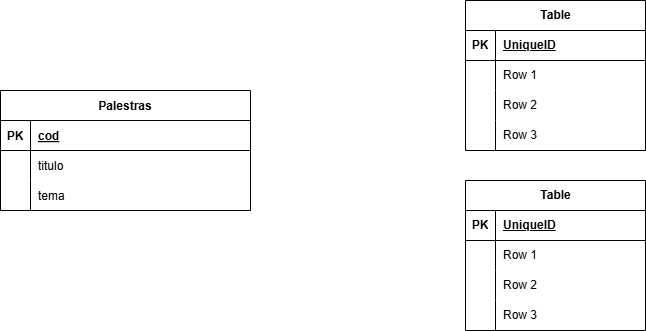
Before: eventos.drawio.png, a diagram exported from draw.io (NathanAzvdo/Atividade-Banco-de-dados). Source tidied: cells renumbered, new cells last; positions are measured from the earlier drawing's top-left corner, leaving out a move shared by most shapes.
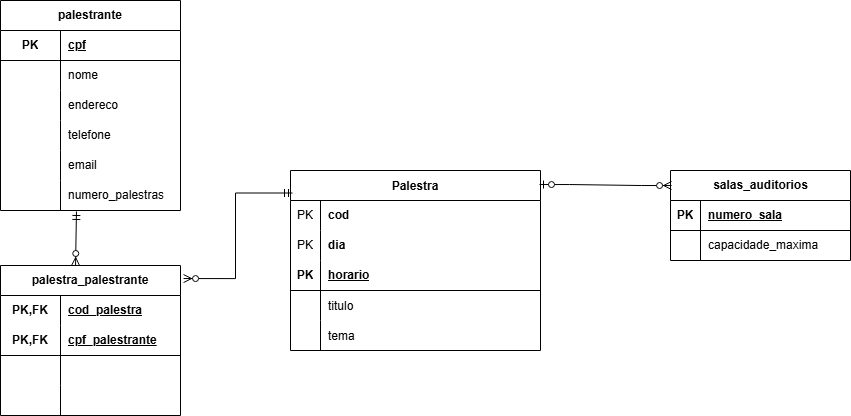
After the commit.

Diff of the diagram source:
```diff
@@ -2,20 +2,38 @@
   <root>
     <mxCell id="0" />
     <mxCell id="1" parent="0" />
-    <mxCell id="2" value="Palestras" style="shape=table;startSize=30;rowLines=0;fontStyle=1;align=center;" parent="1" vertex="1">
-      <mxGeometry y="90" width="250" height="120" as="geometry" />
+    <mxCell id="2" value="Palestra" style="shape=table;startSize=30;rowLines=0;fontStyle=1;align=center;" parent="1" vertex="1">
+      <mxGeometry x="275" y="230" width="250" height="180" as="geometry" />
     </mxCell>
-    <mxCell id="3" style="shape=partialRectangle;fillColor=none;top=0;left=0;right=0;bottom=1;" parent="2" vertex="1">
-      <mxGeometry y="30" width="250" height="30" as="geometry" />
-    </mxCell>
-    <mxCell id="4" value="PK" style="shape=partialRectangle;overflow=hidden;fillColor=none;top=0;left=0;bottom=0;right=0;fontStyle=1;" parent="3" vertex="1">
-      <mxGeometry width="30" height="30" as="geometry" />
-    </mxCell>
+    <mxCell id="38" style="shape=tableRow;horizontal=0;startSize=0;swimlaneHead=0;swimlaneBody=0;fillColor=none;top=0;left=0;right=0;bottom=0;" parent="2" vertex="1">
+      <mxGeometry y="30" width="250" height="30" as="geometry" />
+    </mxCell>
+    <mxCell id="39" value="PK" style="shape=partialRectangle;fillColor=none;top=0;left=0;bottom=0;right=0;fontStyle=0;overflow=hidden;whiteSpace=wrap;html=1;" parent="38" vertex="1">
+      <mxGeometry width="30" height="30" as="geometry" />
+    </mxCell>
-    <mxCell id="5" value="cod" style="shape=partialRectangle;overflow=hidden;fillColor=none;top=0;left=0;bottom=0;right=0;align=left;spacingLeft=6;fontStyle=5;" parent="3" vertex="1">
+    <mxCell id="5" value="cod" style="shape=partialRectangle;fillColor=none;top=0;left=0;bottom=0;right=0;align=left;spacingLeft=6;fontStyle=1;overflow=hidden;whiteSpace=wrap;html=1;" parent="38" vertex="1">
       <mxGeometry x="30" width="220" height="30" as="geometry" />
     </mxCell>
+    <mxCell id="40" style="shape=tableRow;horizontal=0;startSize=0;swimlaneHead=0;swimlaneBody=0;fillColor=none;top=0;left=0;right=0;bottom=0;" parent="2" vertex="1">
+      <mxGeometry y="60" width="250" height="30" as="geometry" />
+    </mxCell>
+    <mxCell id="41" value="PK" style="shape=partialRectangle;fillColor=none;top=0;left=0;bottom=0;right=0;fontStyle=0;overflow=hidden;whiteSpace=wrap;html=1;" parent="40" vertex="1">
+      <mxGeometry width="30" height="30" as="geometry" />
+    </mxCell>
+    <mxCell id="42" value="dia" style="shape=partialRectangle;fillColor=none;top=0;left=0;bottom=0;right=0;align=left;spacingLeft=6;fontStyle=1;overflow=hidden;whiteSpace=wrap;html=1;" parent="40" vertex="1">
+      <mxGeometry x="30" width="220" height="30" as="geometry" />
+    </mxCell>
+    <mxCell id="43" style="shape=tableRow;horizontal=0;startSize=0;swimlaneHead=0;swimlaneBody=0;fillColor=none;top=0;left=0;right=0;bottom=1;" parent="2" vertex="1">
+      <mxGeometry y="90" width="250" height="30" as="geometry" />
+    </mxCell>
+    <mxCell id="14" value="PK" style="shape=partialRectangle;fillColor=none;top=0;left=0;bottom=0;right=0;fontStyle=1;overflow=hidden;whiteSpace=wrap;html=1;" parent="43" vertex="1">
+      <mxGeometry width="30" height="30" as="geometry" />
+    </mxCell>
+    <mxCell id="44" value="horario" style="shape=partialRectangle;fillColor=none;top=0;left=0;bottom=0;right=0;align=left;spacingLeft=6;fontStyle=5;overflow=hidden;whiteSpace=wrap;html=1;" parent="43" vertex="1">
+      <mxGeometry x="30" width="220" height="30" as="geometry" />
+    </mxCell>
     <mxCell id="6" style="shape=partialRectangle;fillColor=none;top=0;left=0;right=0;bottom=0;" parent="2" vertex="1">
-      <mxGeometry y="60" width="250" height="30" as="geometry" />
+      <mxGeometry y="120" width="250" height="30" as="geometry" />
     </mxCell>
     <mxCell id="7" style="shape=partialRectangle;overflow=hidden;fillColor=none;top=0;left=0;bottom=0;right=0;" parent="6" vertex="1">
       <mxGeometry width="30" height="30" as="geometry" />
@@ -24,7 +42,7 @@
       <mxGeometry x="30" width="220" height="30" as="geometry" />
     </mxCell>
     <mxCell id="9" style="shape=partialRectangle;fillColor=none;top=0;left=0;right=0;bottom=0;" parent="2" vertex="1">
-      <mxGeometry y="90" width="250" height="30" as="geometry" />
+      <mxGeometry y="150" width="250" height="30" as="geometry" />
     </mxCell>
     <mxCell id="10" style="shape=partialRectangle;overflow=hidden;fillColor=none;top=0;left=0;bottom=0;right=0;" parent="9" vertex="1">
       <mxGeometry width="30" height="30" as="geometry" />
@@ -32,47 +50,8 @@
     <mxCell id="11" value="tema" style="shape=partialRectangle;overflow=hidden;fillColor=none;top=0;left=0;bottom=0;right=0;align=left;spacingLeft=6;" parent="9" vertex="1">
       <mxGeometry x="30" width="220" height="30" as="geometry" />
     </mxCell>
-    <mxCell id="12" value="Table" style="shape=table;startSize=30;rowLines=0;fontStyle=1;align=center;html=1;" parent="1" vertex="1">
-      <mxGeometry x="465" width="180" height="150" as="geometry" />
-    </mxCell>
-    <mxCell id="13" style="shape=tableRow;horizontal=0;startSize=0;swimlaneHead=0;swimlaneBody=0;fillColor=none;top=0;left=0;right=0;bottom=1;" parent="12" vertex="1">
-      <mxGeometry y="30" width="180" height="30" as="geometry" />
-    </mxCell>
-    <mxCell id="14" value="PK" style="shape=partialRectangle;fillColor=none;top=0;left=0;bottom=0;right=0;fontStyle=1;overflow=hidden;whiteSpace=wrap;html=1;" parent="13" vertex="1">
-      <mxGeometry width="30" height="30" as="geometry" />
-    </mxCell>
-    <mxCell id="15" value="UniqueID" style="shape=partialRectangle;fillColor=none;top=0;left=0;bottom=0;right=0;align=left;spacingLeft=6;fontStyle=5;overflow=hidden;whiteSpace=wrap;html=1;" parent="13" vertex="1">
-      <mxGeometry x="30" width="150" height="30" as="geometry" />
-    </mxCell>
-    <mxCell id="16" style="shape=tableRow;horizontal=0;startSize=0;swimlaneHead=0;swimlaneBody=0;fillColor=none;top=0;left=0;right=0;bottom=0;" parent="12" vertex="1">
-      <mxGeometry y="60" width="180" height="30" as="geometry" />
-    </mxCell>
-    <mxCell id="17" style="shape=partialRectangle;fillColor=none;top=0;left=0;bottom=0;right=0;overflow=hidden;whiteSpace=wrap;html=1;" parent="16" vertex="1">
-      <mxGeometry width="30" height="30" as="geometry" />
-    </mxCell>
-    <mxCell id="18" value="Row 1" style="shape=partialRectangle;fillColor=none;top=0;left=0;bottom=0;right=0;align=left;spacingLeft=6;overflow=hidden;whiteSpace=wrap;html=1;" parent="16" vertex="1">
-      <mxGeometry x="30" width="150" height="30" as="geometry" />
-    </mxCell>
-    <mxCell id="19" style="shape=tableRow;horizontal=0;startSize=0;swimlaneHead=0;swimlaneBody=0;fillColor=none;top=0;left=0;right=0;bottom=0;" parent="12" vertex="1">
-      <mxGeometry y="90" width="180" height="30" as="geometry" />
-    </mxCell>
-    <mxCell id="20" style="shape=partialRectangle;fillColor=none;top=0;left=0;bottom=0;right=0;overflow=hidden;whiteSpace=wrap;html=1;" parent="19" vertex="1">
-      <mxGeometry width="30" height="30" as="geometry" />
-    </mxCell>
-    <mxCell id="21" value="Row 2" style="shape=partialRectangle;fillColor=none;top=0;left=0;bottom=0;right=0;align=left;spacingLeft=6;overflow=hidden;whiteSpace=wrap;html=1;" parent="19" vertex="1">
-      <mxGeometry x="30" width="150" height="30" as="geometry" />
-    </mxCell>
-    <mxCell id="22" style="shape=tableRow;horizontal=0;startSize=0;swimlaneHead=0;swimlaneBody=0;fillColor=none;top=0;left=0;right=0;bottom=0;" parent="12" vertex="1">
-      <mxGeometry y="120" width="180" height="30" as="geometry" />
-    </mxCell>
-    <mxCell id="23" style="shape=partialRectangle;fillColor=none;top=0;left=0;bottom=0;right=0;overflow=hidden;whiteSpace=wrap;html=1;" parent="22" vertex="1">
-      <mxGeometry width="30" height="30" as="geometry" />
-    </mxCell>
-    <mxCell id="24" value="Row 3" style="shape=partialRectangle;fillColor=none;top=0;left=0;bottom=0;right=0;align=left;spacingLeft=6;overflow=hidden;whiteSpace=wrap;html=1;" parent="22" vertex="1">
-      <mxGeometry x="30" width="150" height="30" as="geometry" />
-    </mxCell>
-    <mxCell id="25" value="Table" style="shape=table;startSize=30;rowLines=0;fontStyle=1;align=center;html=1;" parent="1" vertex="1">
-      <mxGeometry x="465" y="180" width="180" height="150" as="geometry" />
+    <mxCell id="25" value="salas_auditorios" style="shape=table;startSize=30;rowLines=0;fontStyle=1;align=center;html=1;" parent="1" vertex="1">
+      <mxGeometry x="655" y="230" width="180" height="90" as="geometry" />
     </mxCell>
     <mxCell id="26" style="shape=tableRow;horizontal=0;startSize=0;swimlaneHead=0;swimlaneBody=0;fillColor=none;top=0;left=0;right=0;bottom=1;" parent="25" vertex="1">
       <mxGeometry y="30" width="180" height="30" as="geometry" />
@@ -80,7 +59,7 @@
     <mxCell id="27" value="PK" style="shape=partialRectangle;fillColor=none;top=0;left=0;bottom=0;right=0;fontStyle=1;overflow=hidden;whiteSpace=wrap;html=1;" parent="26" vertex="1">
       <mxGeometry width="30" height="30" as="geometry" />
     </mxCell>
-    <mxCell id="28" value="UniqueID" style="shape=partialRectangle;fillColor=none;top=0;left=0;bottom=0;right=0;align=left;spacingLeft=6;fontStyle=5;overflow=hidden;whiteSpace=wrap;html=1;" parent="26" vertex="1">
+    <mxCell id="28" value="numero_sala" style="shape=partialRectangle;fillColor=none;top=0;left=0;bottom=0;right=0;align=left;spacingLeft=6;fontStyle=5;overflow=hidden;whiteSpace=wrap;html=1;" parent="26" vertex="1">
       <mxGeometry x="30" width="150" height="30" as="geometry" />
     </mxCell>
     <mxCell id="29" style="shape=tableRow;horizontal=0;startSize=0;swimlaneHead=0;swimlaneBody=0;fillColor=none;top=0;left=0;right=0;bottom=0;" parent="25" vertex="1">
@@ -89,26 +68,113 @@
     <mxCell id="30" style="shape=partialRectangle;fillColor=none;top=0;left=0;bottom=0;right=0;overflow=hidden;whiteSpace=wrap;html=1;" parent="29" vertex="1">
       <mxGeometry width="30" height="30" as="geometry" />
     </mxCell>
-    <mxCell id="31" value="Row 1" style="shape=partialRectangle;fillColor=none;top=0;left=0;bottom=0;right=0;align=left;spacingLeft=6;overflow=hidden;whiteSpace=wrap;html=1;" parent="29" vertex="1">
+    <mxCell id="31" value="capacidade_maxima" style="shape=partialRectangle;fillColor=none;top=0;left=0;bottom=0;right=0;align=left;spacingLeft=6;overflow=hidden;whiteSpace=wrap;html=1;" parent="29" vertex="1">
       <mxGeometry x="30" width="150" height="30" as="geometry" />
     </mxCell>
-    <mxCell id="32" style="shape=tableRow;horizontal=0;startSize=0;swimlaneHead=0;swimlaneBody=0;fillColor=none;top=0;left=0;right=0;bottom=0;" parent="25" vertex="1">
-      <mxGeometry y="90" width="180" height="30" as="geometry" />
-    </mxCell>
-    <mxCell id="33" style="shape=partialRectangle;fillColor=none;top=0;left=0;bottom=0;right=0;overflow=hidden;whiteSpace=wrap;html=1;" parent="32" vertex="1">
-      <mxGeometry width="30" height="30" as="geometry" />
-    </mxCell>
-    <mxCell id="34" value="Row 2" style="shape=partialRectangle;fillColor=none;top=0;left=0;bottom=0;right=0;align=left;spacingLeft=6;overflow=hidden;whiteSpace=wrap;html=1;" parent="32" vertex="1">
-      <mxGeometry x="30" width="150" height="30" as="geometry" />
-    </mxCell>
-    <mxCell id="35" style="shape=tableRow;horizontal=0;startSize=0;swimlaneHead=0;swimlaneBody=0;fillColor=none;top=0;left=0;right=0;bottom=0;" parent="25" vertex="1">
-      <mxGeometry y="120" width="180" height="30" as="geometry" />
-    </mxCell>
-    <mxCell id="36" style="shape=partialRectangle;fillColor=none;top=0;left=0;bottom=0;right=0;overflow=hidden;whiteSpace=wrap;html=1;" parent="35" vertex="1">
-      <mxGeometry width="30" height="30" as="geometry" />
-    </mxCell>
-    <mxCell id="37" value="Row 3" style="shape=partialRectangle;fillColor=none;top=0;left=0;bottom=0;right=0;align=left;spacingLeft=6;overflow=hidden;whiteSpace=wrap;html=1;" parent="35" vertex="1">
-      <mxGeometry x="30" width="150" height="30" as="geometry" />
-    </mxCell>
+    <mxCell id="45" value="palestra_palestrante" style="shape=table;startSize=30;rowLines=0;fontStyle=1;align=center;html=1;whiteSpace=wrap;" parent="1" vertex="1">
+      <mxGeometry x="-15" y="325" width="180" height="150" as="geometry" />
+    </mxCell>
+    <mxCell id="46" style="shape=tableRow;horizontal=0;startSize=0;swimlaneHead=0;swimlaneBody=0;fillColor=none;top=0;left=0;right=0;bottom=0;html=1;" parent="45" vertex="1">
+      <mxGeometry y="30" width="180" height="30" as="geometry" />
+    </mxCell>
+    <mxCell id="47" value="PK,FK" style="shape=partialRectangle;fillColor=none;top=0;left=0;bottom=0;right=0;fontStyle=1;overflow=hidden;html=1;whiteSpace=wrap;" parent="46" vertex="1">
+      <mxGeometry width="60" height="30" as="geometry" />
+    </mxCell>
+    <mxCell id="48" value="cod_palestra" style="shape=partialRectangle;fillColor=none;top=0;left=0;bottom=0;right=0;align=left;spacingLeft=6;fontStyle=5;overflow=hidden;html=1;whiteSpace=wrap;" parent="46" vertex="1">
+      <mxGeometry x="60" width="120" height="30" as="geometry" />
+    </mxCell>
+    <mxCell id="49" style="shape=tableRow;horizontal=0;startSize=0;swimlaneHead=0;swimlaneBody=0;fillColor=none;top=0;left=0;right=0;bottom=1;html=1;" parent="45" vertex="1">
+      <mxGeometry y="60" width="180" height="30" as="geometry" />
+    </mxCell>
+    <mxCell id="50" value="PK,FK" style="shape=partialRectangle;fillColor=none;top=0;left=0;bottom=0;right=0;fontStyle=1;overflow=hidden;html=1;whiteSpace=wrap;" parent="49" vertex="1">
+      <mxGeometry width="60" height="30" as="geometry" />
+    </mxCell>
+    <mxCell id="51" value="cpf_palestrante" style="shape=partialRectangle;fillColor=none;top=0;left=0;bottom=0;right=0;align=left;spacingLeft=6;fontStyle=5;overflow=hidden;html=1;whiteSpace=wrap;" parent="49" vertex="1">
+      <mxGeometry x="60" width="120" height="30" as="geometry" />
+    </mxCell>
+    <mxCell id="52" style="shape=tableRow;horizontal=0;startSize=0;swimlaneHead=0;swimlaneBody=0;fillColor=none;top=0;left=0;right=0;bottom=0;html=1;" parent="45" vertex="1">
+      <mxGeometry y="90" width="180" height="30" as="geometry" />
+    </mxCell>
+    <mxCell id="53" style="shape=partialRectangle;fillColor=none;top=0;left=0;bottom=0;right=0;overflow=hidden;html=1;whiteSpace=wrap;" parent="52" vertex="1">
+      <mxGeometry width="60" height="30" as="geometry" />
+    </mxCell>
+    <mxCell id="54" style="shape=partialRectangle;fillColor=none;top=0;left=0;bottom=0;right=0;align=left;spacingLeft=6;overflow=hidden;html=1;whiteSpace=wrap;" parent="52" vertex="1">
+      <mxGeometry x="60" width="120" height="30" as="geometry" />
+    </mxCell>
+    <mxCell id="55" style="shape=tableRow;horizontal=0;startSize=0;swimlaneHead=0;swimlaneBody=0;fillColor=none;top=0;left=0;right=0;bottom=0;html=1;" parent="45" vertex="1">
+      <mxGeometry y="120" width="180" height="30" as="geometry" />
+    </mxCell>
+    <mxCell id="56" style="shape=partialRectangle;fillColor=none;top=0;left=0;bottom=0;right=0;overflow=hidden;html=1;whiteSpace=wrap;" parent="55" vertex="1">
+      <mxGeometry width="60" height="30" as="geometry" />
+    </mxCell>
+    <mxCell id="57" style="shape=partialRectangle;fillColor=none;top=0;left=0;bottom=0;right=0;align=left;spacingLeft=6;overflow=hidden;html=1;whiteSpace=wrap;" parent="55" vertex="1">
+      <mxGeometry x="60" width="120" height="30" as="geometry" />
+    </mxCell>
+    <mxCell id="58" value="palestrante" style="shape=table;startSize=30;rowLines=0;fontStyle=1;align=center;html=1;whiteSpace=wrap;" parent="1" vertex="1">
+      <mxGeometry x="-15" y="60" width="180" height="210" as="geometry" />
+    </mxCell>
+    <mxCell id="59" style="shape=tableRow;horizontal=0;startSize=0;swimlaneHead=0;swimlaneBody=0;fillColor=none;top=0;left=0;right=0;bottom=1;html=1;" parent="58" vertex="1">
+      <mxGeometry y="30" width="180" height="30" as="geometry" />
+    </mxCell>
+    <mxCell id="60" value="PK" style="shape=partialRectangle;fillColor=none;top=0;left=0;bottom=0;right=0;fontStyle=1;overflow=hidden;html=1;whiteSpace=wrap;" parent="59" vertex="1">
+      <mxGeometry width="60" height="30" as="geometry" />
+    </mxCell>
+    <mxCell id="61" value="cpf" style="shape=partialRectangle;fillColor=none;top=0;left=0;bottom=0;right=0;align=left;spacingLeft=6;fontStyle=5;overflow=hidden;html=1;whiteSpace=wrap;" parent="59" vertex="1">
+      <mxGeometry x="60" width="120" height="30" as="geometry" />
+    </mxCell>
+    <mxCell id="62" style="shape=tableRow;horizontal=0;startSize=0;swimlaneHead=0;swimlaneBody=0;fillColor=none;top=0;left=0;right=0;bottom=0;html=1;" parent="58" vertex="1">
+      <mxGeometry y="60" width="180" height="30" as="geometry" />
+    </mxCell>
+    <mxCell id="63" style="shape=partialRectangle;fillColor=none;top=0;left=0;bottom=0;right=0;overflow=hidden;html=1;whiteSpace=wrap;" parent="62" vertex="1">
+      <mxGeometry width="60" height="30" as="geometry" />
+    </mxCell>
+    <mxCell id="64" value="nome" style="shape=partialRectangle;fillColor=none;top=0;left=0;bottom=0;right=0;align=left;spacingLeft=6;overflow=hidden;html=1;whiteSpace=wrap;" parent="62" vertex="1">
+      <mxGeometry x="60" width="120" height="30" as="geometry" />
+    </mxCell>
+    <mxCell id="65" style="shape=tableRow;horizontal=0;startSize=0;swimlaneHead=0;swimlaneBody=0;fillColor=none;top=0;left=0;right=0;bottom=0;html=1;" parent="58" vertex="1">
+      <mxGeometry y="90" width="180" height="30" as="geometry" />
+    </mxCell>
+    <mxCell id="66" style="shape=partialRectangle;fillColor=none;top=0;left=0;bottom=0;right=0;overflow=hidden;html=1;whiteSpace=wrap;" parent="65" vertex="1">
+      <mxGeometry width="60" height="30" as="geometry" />
+    </mxCell>
+    <mxCell id="67" value="endereco" style="shape=partialRectangle;fillColor=none;top=0;left=0;bottom=0;right=0;align=left;spacingLeft=6;overflow=hidden;html=1;whiteSpace=wrap;" parent="65" vertex="1">
+      <mxGeometry x="60" width="120" height="30" as="geometry" />
+    </mxCell>
+    <mxCell id="68" style="shape=tableRow;horizontal=0;startSize=0;swimlaneHead=0;swimlaneBody=0;fillColor=none;top=0;left=0;right=0;bottom=0;html=1;" parent="58" vertex="1">
+      <mxGeometry y="120" width="180" height="30" as="geometry" />
+    </mxCell>
+    <mxCell id="69" style="shape=partialRectangle;fillColor=none;top=0;left=0;bottom=0;right=0;overflow=hidden;html=1;whiteSpace=wrap;" parent="68" vertex="1">
+      <mxGeometry width="60" height="30" as="geometry" />
+    </mxCell>
+    <mxCell id="70" value="telefone" style="shape=partialRectangle;fillColor=none;top=0;left=0;bottom=0;right=0;align=left;spacingLeft=6;overflow=hidden;html=1;whiteSpace=wrap;" parent="68" vertex="1">
+      <mxGeometry x="60" width="120" height="30" as="geometry" />
+    </mxCell>
+    <mxCell id="71" style="shape=tableRow;horizontal=0;startSize=0;swimlaneHead=0;swimlaneBody=0;fillColor=none;top=0;left=0;right=0;bottom=0;html=1;" parent="58" vertex="1">
+      <mxGeometry y="150" width="180" height="30" as="geometry" />
+    </mxCell>
+    <mxCell id="72" style="shape=partialRectangle;fillColor=none;top=0;left=0;bottom=0;right=0;overflow=hidden;html=1;whiteSpace=wrap;" parent="71" vertex="1">
+      <mxGeometry width="60" height="30" as="geometry" />
+    </mxCell>
+    <mxCell id="73" value="email" style="shape=partialRectangle;fillColor=none;top=0;left=0;bottom=0;right=0;align=left;spacingLeft=6;overflow=hidden;html=1;whiteSpace=wrap;" parent="71" vertex="1">
+      <mxGeometry x="60" width="120" height="30" as="geometry" />
+    </mxCell>
+    <mxCell id="74" style="shape=tableRow;horizontal=0;startSize=0;swimlaneHead=0;swimlaneBody=0;fillColor=none;points=[[0,0.5],[1,0.5]];portConstraint=eastwest;top=0;left=0;right=0;bottom=0;html=1;" parent="58" vertex="1">
+      <mxGeometry y="180" width="180" height="30" as="geometry" />
+    </mxCell>
+    <mxCell id="75" style="shape=partialRectangle;fillColor=none;top=0;left=0;bottom=0;right=0;overflow=hidden;html=1;whiteSpace=wrap;" parent="74" vertex="1">
+      <mxGeometry width="60" height="30" as="geometry" />
+    </mxCell>
+    <mxCell id="76" value="numero_palestras" style="shape=partialRectangle;fillColor=none;top=0;left=0;bottom=0;right=0;align=left;spacingLeft=6;overflow=hidden;html=1;whiteSpace=wrap;" parent="74" vertex="1">
+      <mxGeometry x="60" width="120" height="30" as="geometry" />
+    </mxCell>
+    <mxCell id="77" style="fontSize=12;html=1;endArrow=ERzeroToMany;startArrow=ERmandOne;rounded=0;exitX=0.422;exitY=1.033;exitDx=0;exitDy=0;exitPerimeter=0;entryX=0.417;entryY=0;entryDx=0;entryDy=0;entryPerimeter=0;" parent="1" edge="1" source="74" target="45">
+      <mxGeometry relative="1" as="geometry" />
+    </mxCell>
+    <mxCell id="78" style="fontSize=12;html=1;endArrow=ERzeroToMany;startArrow=ERmandOne;rounded=0;exitX=0.008;exitY=0.125;exitDx=0;exitDy=0;exitPerimeter=0;entryX=1.017;entryY=0.087;entryDx=0;entryDy=0;entryPerimeter=0;edgeStyle=orthogonalEdgeStyle;" parent="1" edge="1" source="2" target="45">
+      <mxGeometry relative="1" as="geometry" />
+    </mxCell>
+    <mxCell id="79" style="edgeStyle=entityRelationEdgeStyle;fontSize=12;html=1;endArrow=ERzeroToMany;startArrow=ERzeroToOne;rounded=0;exitX=0.996;exitY=0.078;exitDx=0;exitDy=0;exitPerimeter=0;entryX=0.006;entryY=0.167;entryDx=0;entryDy=0;entryPerimeter=0;" parent="1" edge="1" source="2" target="25">
+      <mxGeometry relative="1" as="geometry" />
+    </mxCell>
   </root>
 </mxGraphModel>
```
